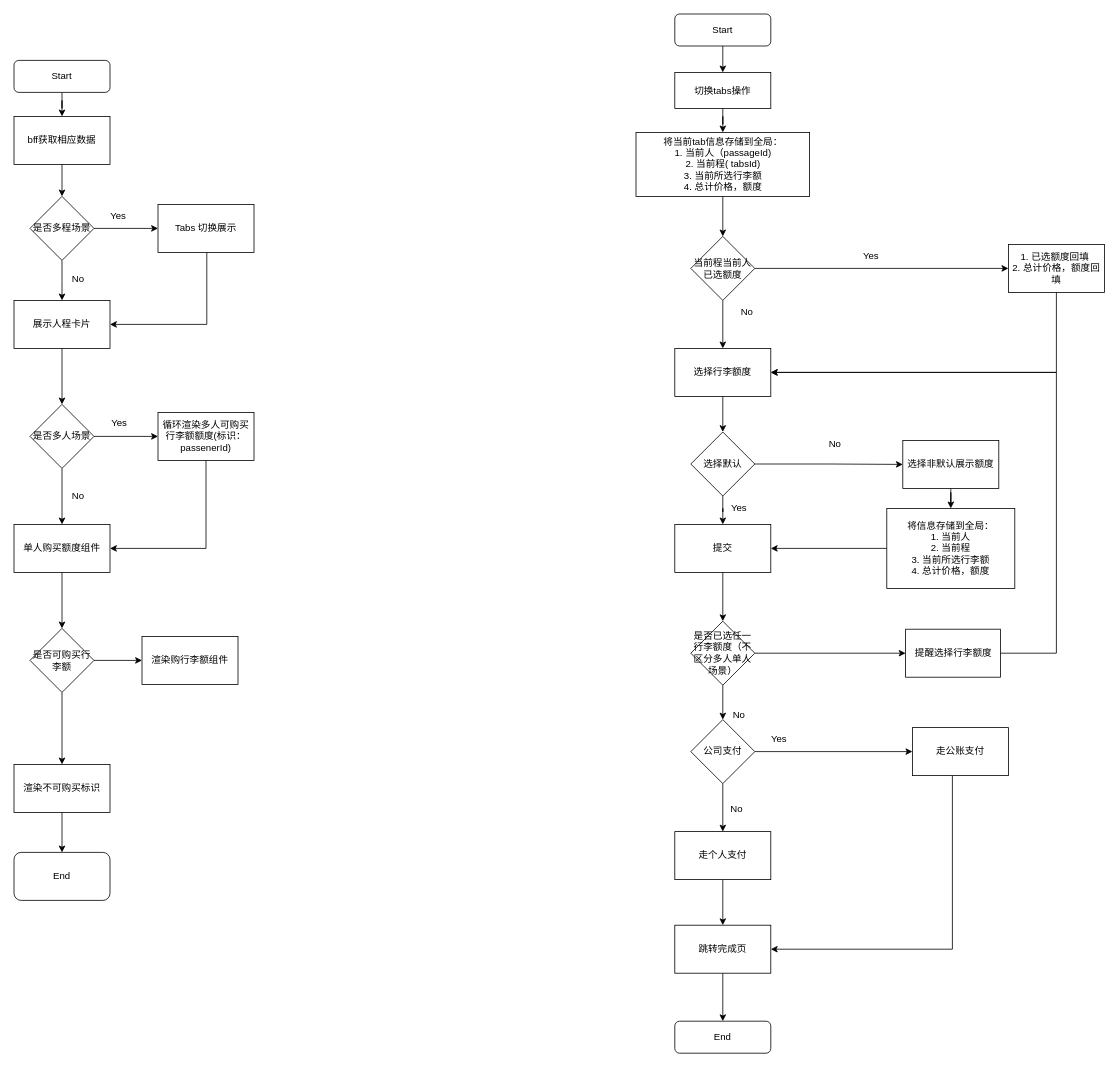
This is 行李额.drawio from weiqiujuan/-, a draw.io file, before an edit. Source tidied: cells renumbered, new cells numbered last; positions are measured from the earlier drawing's top-left corner, leaving out a move shared by most shapes. Both pictures are drawn from the tidied source at 80%, with x=0, y=0 at pixel (14, 14).
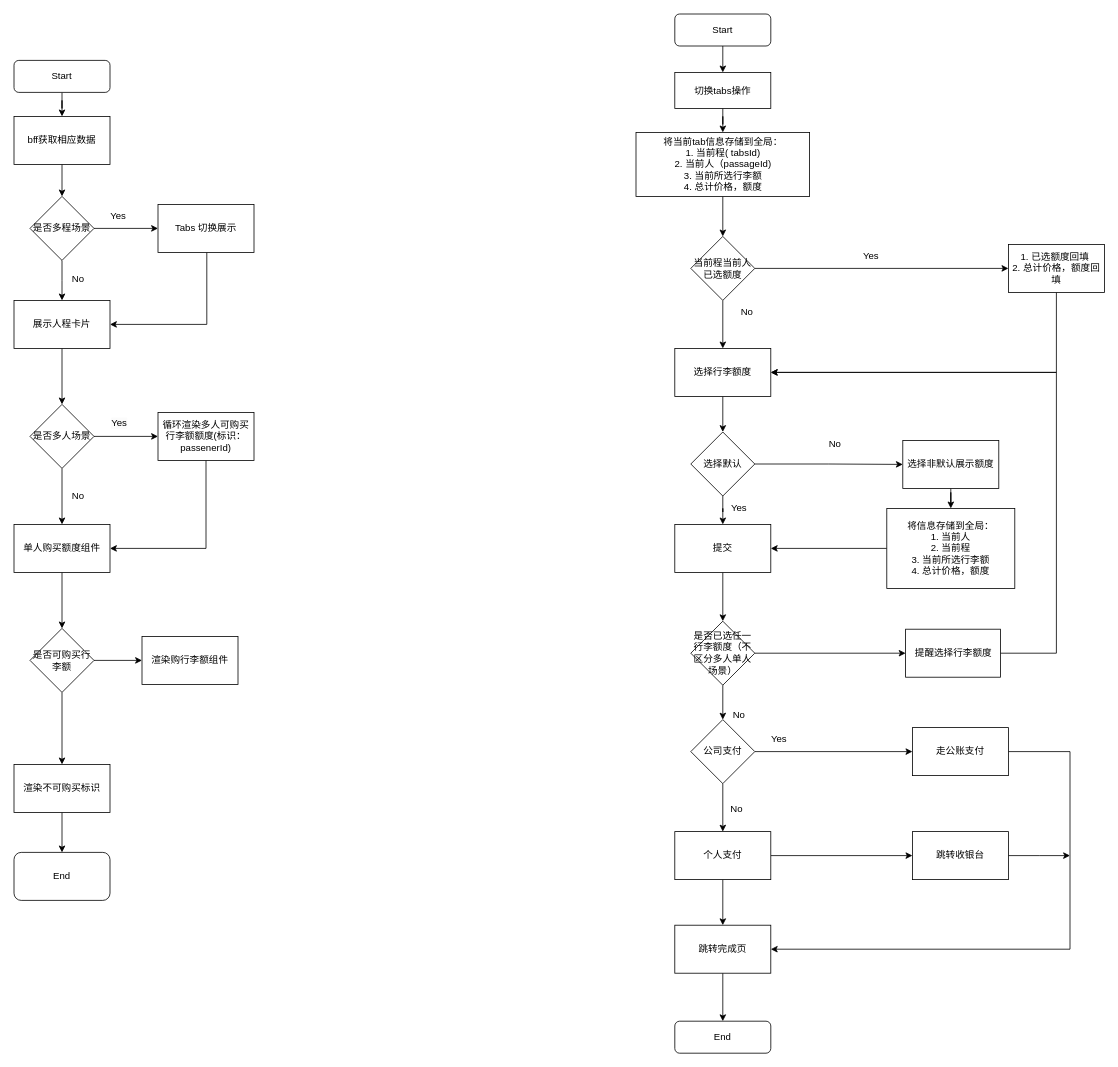
The same diagram, later.

Unchanged cells that the change refers to:
```xml
<mxCell id="56" value="走公账支付" style="whiteSpace=wrap;html=1;rounded=0;" parent="1" vertex="1">
  <mxGeometry x="1123" y="892" width="120" height="60" as="geometry" />
</mxCell>
<mxCell id="62" value="跳转完成页" style="whiteSpace=wrap;html=1;rounded=0;" parent="1" vertex="1">
  <mxGeometry x="826" y="1139" width="120" height="60" as="geometry" />
</mxCell>
```

Change to the diagram source:
```diff
@@
-    <mxCell id="55" style="edgeStyle=orthogonalEdgeStyle;rounded=0;jettySize=auto;html=1;entryX=1;entryY=0.5;entryDx=0;entryDy=0;" parent="1" edge="1" source="56" target="62">
+    <mxCell id="55" style="edgeStyle=orthogonalEdgeStyle;rounded=0;jettySize=auto;html=1;exitX=1;exitY=0.5;exitDx=0;exitDy=0;entryX=1;entryY=0.5;entryDx=0;entryDy=0;" parent="1" edge="1" source="56" target="62">
       <mxGeometry relative="1" as="geometry">
         <Array as="points">
-          <mxPoint x="1173" y="1169" />
+          <mxPoint x="1320" y="922" />
+          <mxPoint x="1320" y="1169" />
         </Array>
       </mxGeometry>
     </mxCell>
@@
+    <mxCell id="75" style="edgeStyle=orthogonalEdgeStyle;rounded=0;jettySize=auto;html=1;" parent="1" edge="1" source="59" target="77">
+      <mxGeometry relative="1" as="geometry" />
+    </mxCell>
-    <mxCell id="59" value="走个人支付" style="whiteSpace=wrap;html=1;rounded=0;" parent="1" vertex="1">
+    <mxCell id="59" value="个人支付" style="whiteSpace=wrap;html=1;rounded=0;" parent="1" vertex="1">
       <mxGeometry x="826" y="1022" width="120" height="60" as="geometry" />
     </mxCell>
@@
-    <mxCell id="67" value="将当前tab信息存储到全局：&lt;br&gt;1. 当前人（passageId)&lt;br&gt;2. 当前程( tabsId)&lt;br&gt;3. 当前所选行李额&lt;br&gt;4. 总计价格，额度" style="whiteSpace=wrap;html=1;rounded=0;" parent="1" vertex="1">
+    <mxCell id="67" value="将当前tab信息存储到全局：&lt;div&gt;1. 当前程( tabsId)&lt;/div&gt;&lt;div&gt;2. 当前人（passageId)&lt;br&gt;3. 当前所选行李额&lt;br&gt;4. 总计价格，额度&lt;/div&gt;" style="whiteSpace=wrap;html=1;rounded=0;" parent="1" vertex="1">
       <mxGeometry x="777.5" y="148" width="217" height="80" as="geometry" />
     </mxCell>
@@
+    <mxCell id="76" style="edgeStyle=orthogonalEdgeStyle;rounded=0;jettySize=auto;html=1;exitX=1;exitY=0.5;exitDx=0;exitDy=0;" parent="1" edge="1" source="77">
+      <mxGeometry relative="1" as="geometry">
+        <mxPoint x="1320" y="1052" as="targetPoint" />
+      </mxGeometry>
+    </mxCell>
+    <mxCell id="77" value="跳转收银台" style="whiteSpace=wrap;html=1;rounded=0;" parent="1" vertex="1">
+      <mxGeometry x="1123" y="1022" width="120" height="60" as="geometry" />
+    </mxCell>
```
